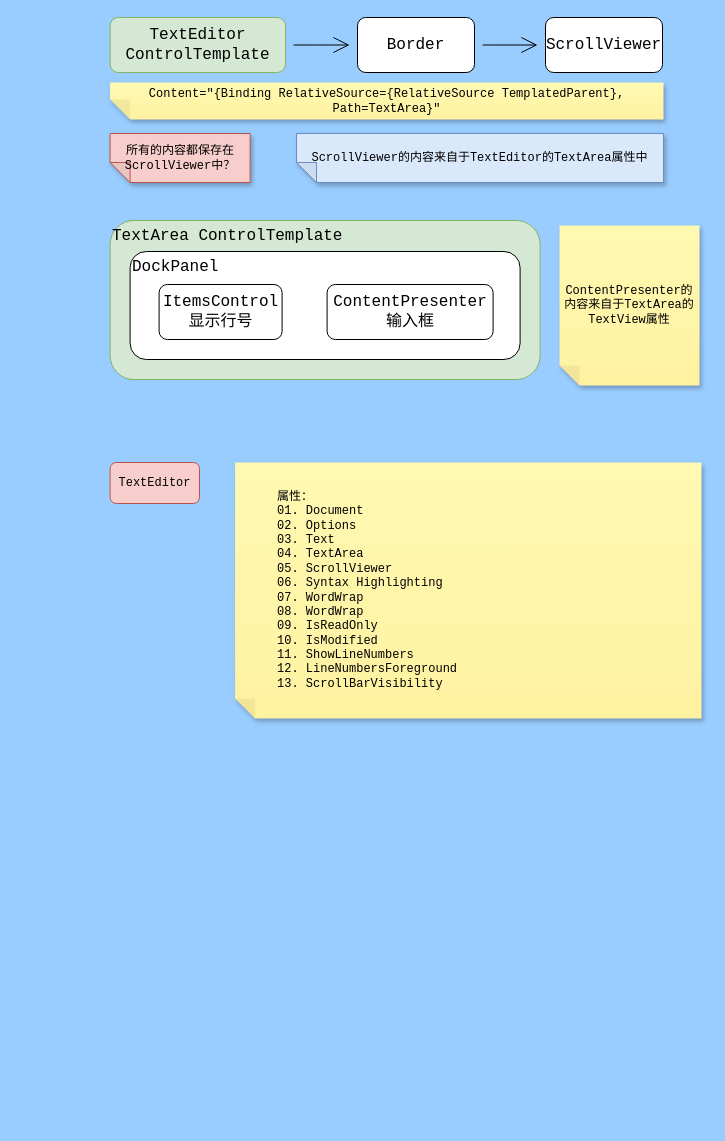
Above: page "AvalonEdit" (6 of 6) of 流程图绘制.drawio in ZerosZhang/Draft-Record (draw.io), before the change. Source tidied: cells renumbered, new cells numbered last; positions are measured from the earlier drawing's top-left corner, leaving out a move shared by most shapes. Both pictures are drawn from the tidied source at 100%, with x=0, y=0 at pixel (110, 17).
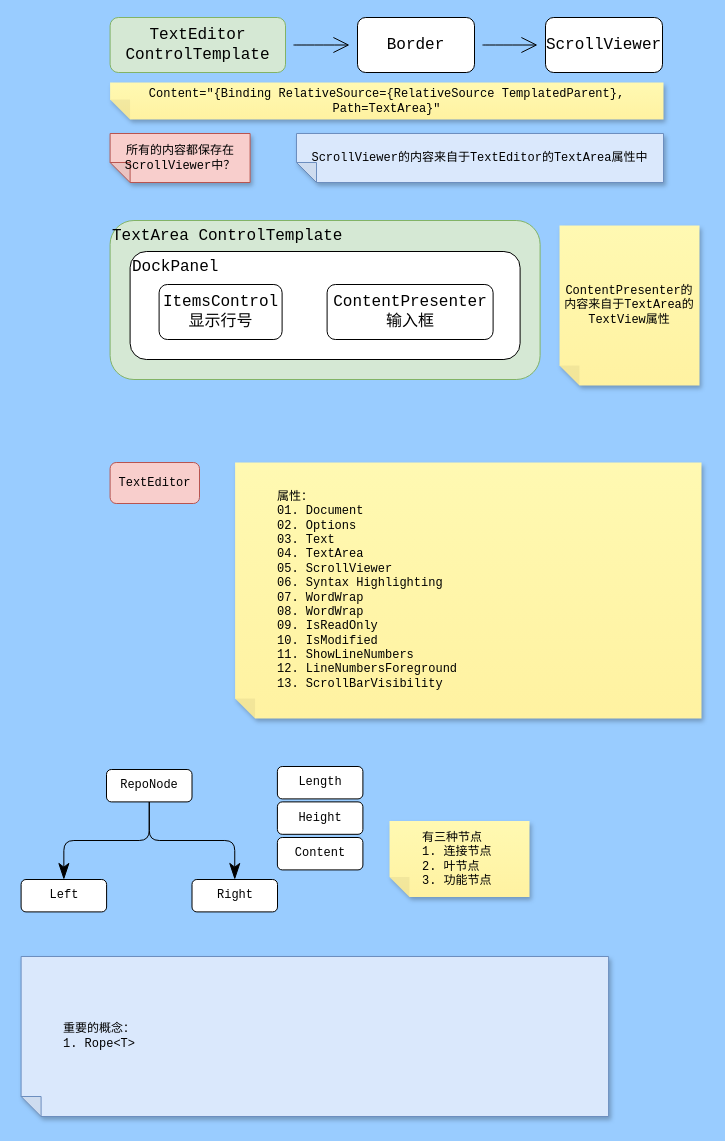
The same diagram, later.

Diff of the diagram source:
```diff
@@
+    <mxCell id="17" style="edgeStyle=elbowEdgeStyle;shape=connector;rounded=1;jettySize=auto;html=1;exitX=0.5;exitY=1;exitDx=0;exitDy=0;entryX=0.5;entryY=0;entryDx=0;entryDy=0;strokeColor=default;align=center;verticalAlign=middle;fontFamily=Consolas;fontSize=12;fontColor=default;labelBackgroundColor=default;startSize=14;endArrow=classicThin;endSize=14;flowAnimation=0;sourcePerimeterSpacing=8;targetPerimeterSpacing=8;elbow=vertical;endFill=1;" parent="1" edge="1" source="19" target="22">
+      <mxGeometry relative="1" as="geometry" />
+    </mxCell>
+    <mxCell id="18" style="edgeStyle=elbowEdgeStyle;shape=connector;rounded=1;jettySize=auto;html=1;entryX=0.5;entryY=0;entryDx=0;entryDy=0;strokeColor=default;align=center;verticalAlign=middle;fontFamily=Consolas;fontSize=12;fontColor=default;labelBackgroundColor=default;startSize=14;endArrow=classicThin;endSize=14;flowAnimation=0;sourcePerimeterSpacing=8;targetPerimeterSpacing=8;elbow=vertical;exitX=0.5;exitY=1;exitDx=0;exitDy=0;endFill=1;" parent="1" edge="1" source="19" target="21">
+      <mxGeometry relative="1" as="geometry" />
+    </mxCell>
+    <mxCell id="19" value="RepoNode" style="whiteSpace=wrap;html=1;rounded=1;align=center;verticalAlign=middle;fontFamily=Consolas;fontSize=12;" parent="1" vertex="1">
+      <mxGeometry x="-4" y="752" width="85.5" height="32.4" as="geometry" />
+    </mxCell>
+    <mxCell id="20" value="有三种节点&lt;div&gt;1. 连接节点&lt;/div&gt;&lt;div&gt;2. 叶节点&lt;/div&gt;&lt;div&gt;3. 功能节点&lt;/div&gt;" style="shape=note;whiteSpace=wrap;html=1;backgroundOutline=1;fontColor=#000000;darkOpacity=0.05;fillColor=#FFF9B2;strokeColor=none;fillStyle=solid;direction=west;gradientDirection=north;gradientColor=#FFF2A1;shadow=1;size=20;rounded=1;align=left;verticalAlign=middle;fontFamily=Consolas;fontSize=12;spacingLeft=31;" parent="1" vertex="1">
+      <mxGeometry x="279" y="803.6" width="140" height="76" as="geometry" />
+    </mxCell>
+    <mxCell id="21" value="Left" style="whiteSpace=wrap;html=1;rounded=1;align=center;verticalAlign=middle;fontFamily=Consolas;fontSize=12;" parent="1" vertex="1">
+      <mxGeometry x="-89.4" y="862" width="85.5" height="32.4" as="geometry" />
+    </mxCell>
+    <mxCell id="22" value="Right" style="whiteSpace=wrap;html=1;rounded=1;align=center;verticalAlign=middle;fontFamily=Consolas;fontSize=12;" parent="1" vertex="1">
+      <mxGeometry x="81.5" y="862" width="85.5" height="32.4" as="geometry" />
+    </mxCell>
+    <mxCell id="23" value="Length" style="whiteSpace=wrap;html=1;rounded=1;align=center;verticalAlign=middle;fontFamily=Consolas;fontSize=12;" parent="1" vertex="1">
+      <mxGeometry x="166.9" y="749" width="85.5" height="32.4" as="geometry" />
+    </mxCell>
+    <mxCell id="24" value="Height" style="whiteSpace=wrap;html=1;rounded=1;align=center;verticalAlign=middle;fontFamily=Consolas;fontSize=12;" parent="1" vertex="1">
+      <mxGeometry x="166.9" y="784.4" width="85.5" height="32.4" as="geometry" />
+    </mxCell>
+    <mxCell id="25" value="Content" style="whiteSpace=wrap;html=1;rounded=1;align=center;verticalAlign=middle;fontFamily=Consolas;fontSize=12;" parent="1" vertex="1">
+      <mxGeometry x="166.9" y="820" width="85.5" height="32.4" as="geometry" />
+    </mxCell>
+    <mxCell id="26" value="重要的概念：&lt;div&gt;1. Rope&amp;lt;T&amp;gt;&lt;/div&gt;" style="shape=note;whiteSpace=wrap;html=1;backgroundOutline=1;darkOpacity=0.05;fillColor=#dae8fc;strokeColor=#6c8ebf;fillStyle=solid;direction=west;gradientDirection=north;shadow=1;size=20;rounded=1;align=left;verticalAlign=middle;fontFamily=Consolas;fontSize=12;labelBackgroundColor=none;spacingLeft=40;" parent="1" vertex="1">
+      <mxGeometry x="-89.4" y="939" width="587.5" height="160" as="geometry" />
+    </mxCell>
```
